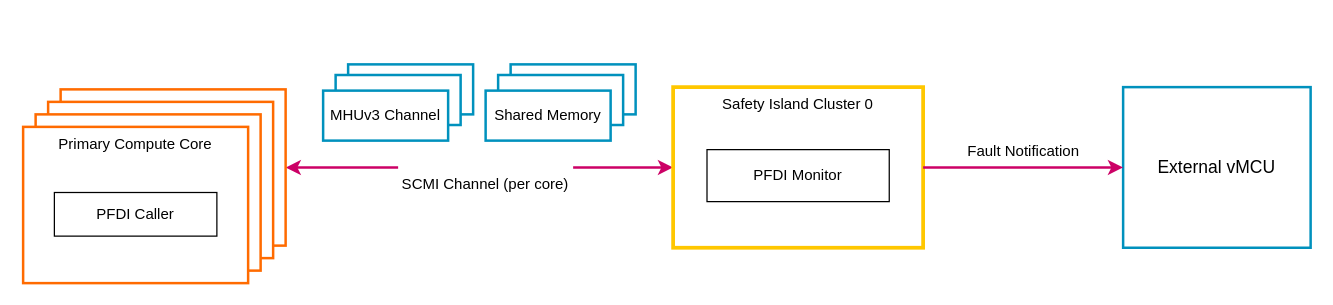
Before: page "00-system" (1 of 25) of doc/phase1/mailbox/apollo-mailbox-architecture.drawio in cometzero/project-apollo, a draw.io diagram. Source tidied: cells renumbered, new cells numbered last; positions are measured from the earlier drawing's top-left corner, leaving out a move shared by most shapes. Both pictures are drawn from the tidied source at 125%, with x=0, y=0 at pixel (22, 64).
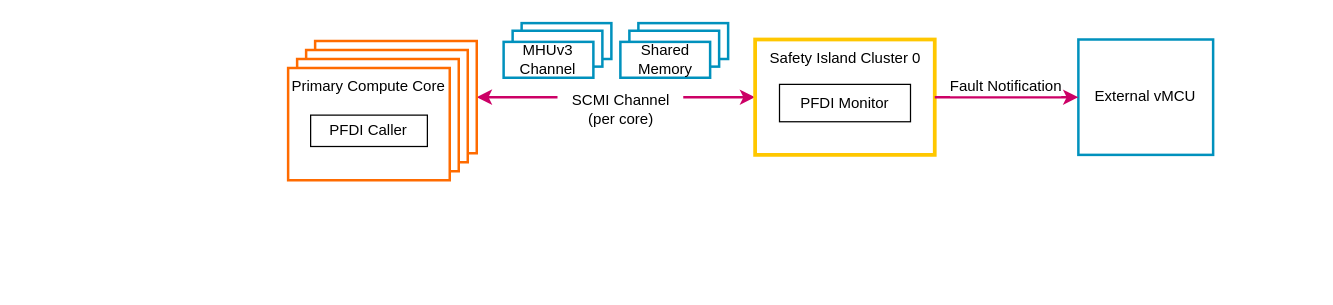
Above is the later version.

What changed in the source:
```diff
@@
-    <mxCell id="2" style="endArrow=classic;startArrow=classic;html=1;rounded=0;strokeWidth=2;strokeColor=#CC0066;entryX=0;entryY=0.5;entryDx=0;entryDy=0;exitX=1;exitY=0.5;exitDx=0;exitDy=0;" parent="1" edge="1" source="7" target="13">
+    <mxCell id="2" style="endArrow=classic;startArrow=classic;html=1;rounded=0;strokeWidth=2;strokeColor=#CC0066;entryX=0;entryY=0.5;entryDx=0;entryDy=0;exitX=1;exitY=0.5;exitDx=0;exitDy=0;fontSize=12;spacing=3;whiteSpace=nowrap;" parent="1" edge="1" source="7" target="13">
       <mxGeometry relative="1" as="geometry" />
     </mxCell>
-    <mxCell id="3" style="rounded=0;whiteSpace=wrap;html=1;strokeColor=#0091BD;fillColor=#FFFFFF;strokeWidth=2;" parent="1" vertex="1">
-      <mxGeometry x="260" width="100" height="40" as="geometry" />
+    <mxCell id="3" style="rounded=0;whiteSpace=wrap;html=1;strokeColor=#0091BD;fillColor=#FFFFFF;strokeWidth=2;fontSize=12;spacing=3;whiteSpace=wrap;" parent="1" vertex="1">
+      <mxGeometry x="398.8" y="-33" width="71.8" height="28.7" as="geometry" />
     </mxCell>
-    <mxCell id="4" style="rounded=0;whiteSpace=wrap;html=1;strokeColor=#0091BD;fillColor=#FFFFFF;strokeWidth=2;" parent="1" vertex="1">
-      <mxGeometry x="250" y="8.5" width="100" height="40" as="geometry" />
+    <mxCell id="4" style="rounded=0;whiteSpace=wrap;html=1;strokeColor=#0091BD;fillColor=#FFFFFF;strokeWidth=2;fontSize=12;spacing=3;whiteSpace=wrap;" parent="1" vertex="1">
+      <mxGeometry x="391.6" y="-26.9" width="71.8" height="28.7" as="geometry" />
     </mxCell>
-    <mxCell id="5" style="rounded=0;whiteSpace=wrap;html=1;strokeColor=#0091BD;fillColor=#FFFFFF;strokeWidth=2;" parent="1" vertex="1">
-      <mxGeometry x="390" width="100" height="40" as="geometry" />
+    <mxCell id="5" style="rounded=0;whiteSpace=wrap;html=1;strokeColor=#0091BD;fillColor=#FFFFFF;strokeWidth=2;fontSize=12;spacing=3;whiteSpace=wrap;" parent="1" vertex="1">
+      <mxGeometry x="492.2" y="-33" width="71.8" height="28.7" as="geometry" />
     </mxCell>
-    <mxCell id="6" style="rounded=0;whiteSpace=wrap;html=1;strokeColor=#0091BD;fillColor=#FFFFFF;strokeWidth=2;" parent="1" vertex="1">
-      <mxGeometry x="380" y="8.5" width="100" height="40" as="geometry" />
+    <mxCell id="6" style="rounded=0;whiteSpace=wrap;html=1;strokeColor=#0091BD;fillColor=#FFFFFF;strokeWidth=2;fontSize=12;spacing=3;whiteSpace=wrap;" parent="1" vertex="1">
+      <mxGeometry x="485" y="-26.9" width="71.8" height="28.7" as="geometry" />
     </mxCell>
-    <mxCell id="7" style="rounded=0;whiteSpace=wrap;html=1;strokeWidth=2;strokeColor=#FF6B00;fillColor=#FFFFFF;" parent="1" vertex="1">
-      <mxGeometry x="30" y="20" width="180" height="125" as="geometry" />
+    <mxCell id="7" style="rounded=0;whiteSpace=wrap;html=1;strokeWidth=2;strokeColor=#FF6B00;fillColor=#FFFFFF;fontSize=12;spacing=3;whiteSpace=wrap;" parent="1" vertex="1">
+      <mxGeometry x="233.6" y="-18.7" width="129.3" height="89.8" as="geometry" />
     </mxCell>
-    <mxCell id="8" style="rounded=0;whiteSpace=wrap;html=1;strokeWidth=2;strokeColor=#FF6B00;fillColor=#FFFFFF;" parent="1" vertex="1">
-      <mxGeometry x="20" y="30" width="180" height="125" as="geometry" />
+    <mxCell id="8" style="rounded=0;whiteSpace=wrap;html=1;strokeWidth=2;strokeColor=#FF6B00;fillColor=#FFFFFF;fontSize=12;spacing=3;whiteSpace=wrap;" parent="1" vertex="1">
+      <mxGeometry x="226.4" y="-11.5" width="129.3" height="89.8" as="geometry" />
     </mxCell>
-    <mxCell id="9" value="Shared Memory" style="rounded=0;whiteSpace=wrap;html=1;strokeColor=#0091BD;fillColor=#FFFFFF;strokeWidth=2;" parent="1" vertex="1">
-      <mxGeometry x="370" y="21" width="100" height="40" as="geometry" />
+    <mxCell id="9" value="Shared Memory" style="rounded=0;whiteSpace=wrap;html=1;strokeColor=#0091BD;fillColor=#FFFFFF;strokeWidth=2;fontSize=12;spacing=3;whiteSpace=wrap;" parent="1" vertex="1">
+      <mxGeometry x="477.8" y="-18" width="71.8" height="28.7" as="geometry" />
     </mxCell>
-    <mxCell id="10" value="MHUv3 Channel" style="rounded=0;whiteSpace=wrap;html=1;strokeColor=#0091BD;fillColor=#FFFFFF;strokeWidth=2;" parent="1" vertex="1">
-      <mxGeometry x="240" y="21" width="100" height="40" as="geometry" />
+    <mxCell id="10" value="MHUv3 Channel" style="rounded=0;whiteSpace=wrap;html=1;strokeColor=#0091BD;fillColor=#FFFFFF;strokeWidth=2;fontSize=12;spacing=3;whiteSpace=wrap;" parent="1" vertex="1">
+      <mxGeometry x="384.4" y="-18" width="71.8" height="28.7" as="geometry" />
     </mxCell>
-    <mxCell id="11" style="rounded=0;whiteSpace=wrap;html=1;strokeWidth=2;strokeColor=#FF6B00;fillColor=#FFFFFF;" parent="1" vertex="1">
-      <mxGeometry x="10" y="40" width="180" height="125" as="geometry" />
+    <mxCell id="11" style="rounded=0;whiteSpace=wrap;html=1;strokeWidth=2;strokeColor=#FF6B00;fillColor=#FFFFFF;fontSize=12;spacing=3;whiteSpace=wrap;" parent="1" vertex="1">
+      <mxGeometry x="219.2" y="-4.3" width="129.3" height="89.8" as="geometry" />
     </mxCell>
-    <mxCell id="12" style="group;" parent="1" vertex="1">
-      <mxGeometry x="520" y="18.2" width="200" height="128.5" as="geometry" />
+    <mxCell id="12" style="group;fontSize=12;spacing=3;whiteSpace=wrap;" parent="1" vertex="1">
+      <mxGeometry x="585.6" y="-19.9" width="143.7" height="92.3" as="geometry" />
     </mxCell>
-    <mxCell id="13" value="Safety Island Cluster 0" style="rounded=0;whiteSpace=wrap;html=1;verticalAlign=top;fillColor=none;strokeColor=#FFC700;strokeWidth=3;" parent="12" vertex="1">
-      <mxGeometry width="200" height="128.5" as="geometry" />
+    <mxCell id="13" value="Safety Island Cluster 0" style="rounded=0;whiteSpace=wrap;html=1;verticalAlign=top;fillColor=none;strokeColor=#FFC700;strokeWidth=3;fontSize=12;spacing=3;whiteSpace=wrap;" parent="12" vertex="1">
+      <mxGeometry width="143.7" height="92.3" as="geometry" />
     </mxCell>
-    <mxCell id="14" value="&lt;div style=&quot;&quot;&gt;&lt;span style=&quot;background-color: initial;&quot;&gt;PFDI Monitor&lt;/span&gt;&lt;/div&gt;" style="rounded=0;whiteSpace=wrap;html=1;align=center;verticalAlign=middle;fillColor=none;" parent="12" vertex="1">
-      <mxGeometry x="27.1" y="50" width="145.8" height="41.6" as="geometry" />
+    <mxCell id="14" value="PFDI Monitor" style="rounded=0;whiteSpace=wrap;html=1;align=center;verticalAlign=middle;fillColor=none;fontSize=12;spacing=3;whiteSpace=wrap;" parent="12" vertex="1">
+      <mxGeometry x="19.5" y="35.9" width="104.8" height="29.9" as="geometry" />
     </mxCell>
-    <mxCell id="15" value="Primary Compute Core" style="rounded=0;whiteSpace=wrap;html=1;strokeWidth=2;strokeColor=#FF6B00;align=center;verticalAlign=top;fillColor=#FFFFFF;" parent="1" vertex="1">
-      <mxGeometry y="50" width="180" height="125" as="geometry" />
+    <mxCell id="15" value="Primary Compute Core" style="rounded=0;whiteSpace=wrap;html=1;strokeWidth=2;strokeColor=#FF6B00;align=center;verticalAlign=top;fillColor=#FFFFFF;fontSize=12;spacing=3;whiteSpace=wrap;" parent="1" vertex="1">
+      <mxGeometry x="212" y="2.9" width="129.3" height="89.8" as="geometry" />
     </mxCell>
-    <mxCell id="16" value="&lt;div style=&quot;&quot;&gt;&lt;span style=&quot;background-color: initial;&quot;&gt;PFDI Caller&lt;/span&gt;&lt;/div&gt;" style="rounded=0;whiteSpace=wrap;html=1;align=center;verticalAlign=middle;fillColor=none;" parent="1" vertex="1">
-      <mxGeometry x="25" y="102.5" width="130" height="34.9" as="geometry" />
+    <mxCell id="16" value="PFDI Caller" style="rounded=0;whiteSpace=wrap;html=1;align=center;verticalAlign=middle;fillColor=none;fontSize=12;spacing=3;whiteSpace=wrap;" parent="1" vertex="1">
+      <mxGeometry x="230" y="40.6" width="93.4" height="25.1" as="geometry" />
     </mxCell>
-    <mxCell id="17" value="SCMI Channel (per core)" style="text;html=1;align=center;verticalAlign=middle;whiteSpace=wrap;rounded=0;fillColor=#FFFFFF;" parent="1" vertex="1">
-      <mxGeometry x="300" y="80.5" width="140" height="30" as="geometry" />
+    <mxCell id="17" value="SCMI Channel (per core)" style="text;html=1;align=center;verticalAlign=middle;whiteSpace=wrap;rounded=0;fillColor=#FFFFFF;fontSize=12;spacing=3;whiteSpace=wrap;" parent="1" vertex="1">
+      <mxGeometry x="427.5" y="24.8" width="100.6" height="21.6" as="geometry" />
     </mxCell>
-    <mxCell id="18" value="External vMCU" style="rounded=0;whiteSpace=wrap;html=1;fillColor=#FFFFFF;strokeColor=#0091BD;strokeWidth=2;fontSize=14;" parent="1" vertex="1">
-      <mxGeometry x="880" y="18.2" width="150" height="128.5" as="geometry" />
+    <mxCell id="18" value="External vMCU" style="rounded=0;whiteSpace=wrap;html=1;fillColor=#FFFFFF;strokeColor=#0091BD;strokeWidth=2;fontSize=12;spacing=3;whiteSpace=wrap;" parent="1" vertex="1">
+      <mxGeometry x="844.2" y="-19.9" width="107.8" height="92.3" as="geometry" />
     </mxCell>
-    <mxCell id="19" value="Fault Notification" style="endArrow=classic;html=1;rounded=0;strokeWidth=2;strokeColor=#CC0066;exitX=1;exitY=0.5;entryX=0;entryY=0.5;labelBackgroundColor=#FFFFFF;fontSize=12;" parent="1" edge="1" source="13" target="18">
+    <mxCell id="19" value="Fault Notification" style="endArrow=classic;html=1;rounded=0;strokeWidth=2;strokeColor=#CC0066;exitX=1;exitY=0.5;entryX=0;entryY=0.5;labelBackgroundColor=#FFFFFF;fontSize=12;spacing=3;whiteSpace=nowrap;" parent="1" edge="1" source="13" target="18">
       <mxGeometry relative="1" as="geometry">
-        <mxPoint y="-12" as="offset" />
+        <mxPoint y="-8.6" as="offset" />
       </mxGeometry>
     </mxCell>
```
